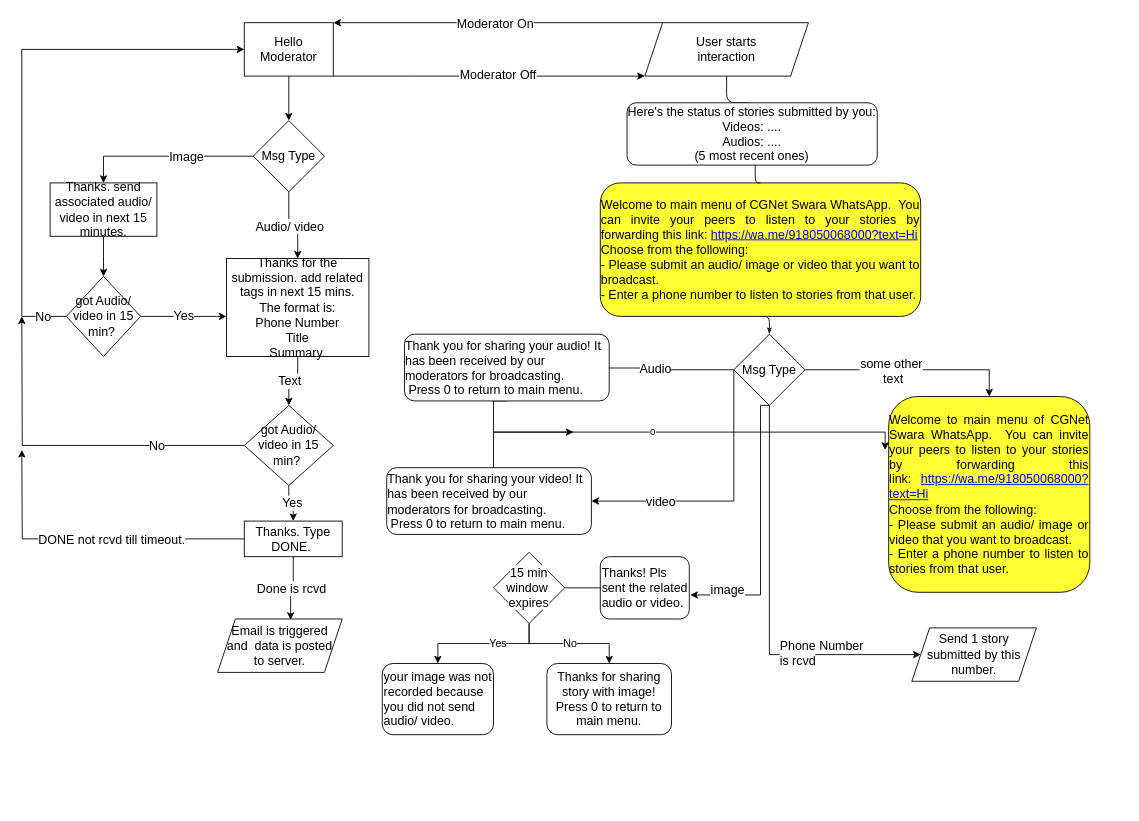
Above: page "Flow5" (6 of 6) of DisseminationFlow.drawio in PriyankaVerma98/CGNetSwara-WhatsApp (draw.io), before the change. Source tidied: cells renumbered, new cells numbered last; positions are measured from the earlier drawing's top-left corner, leaving out a move shared by most shapes. Both pictures are drawn from the tidied source at 89%, with x=0, y=0 at pixel (21, 22).
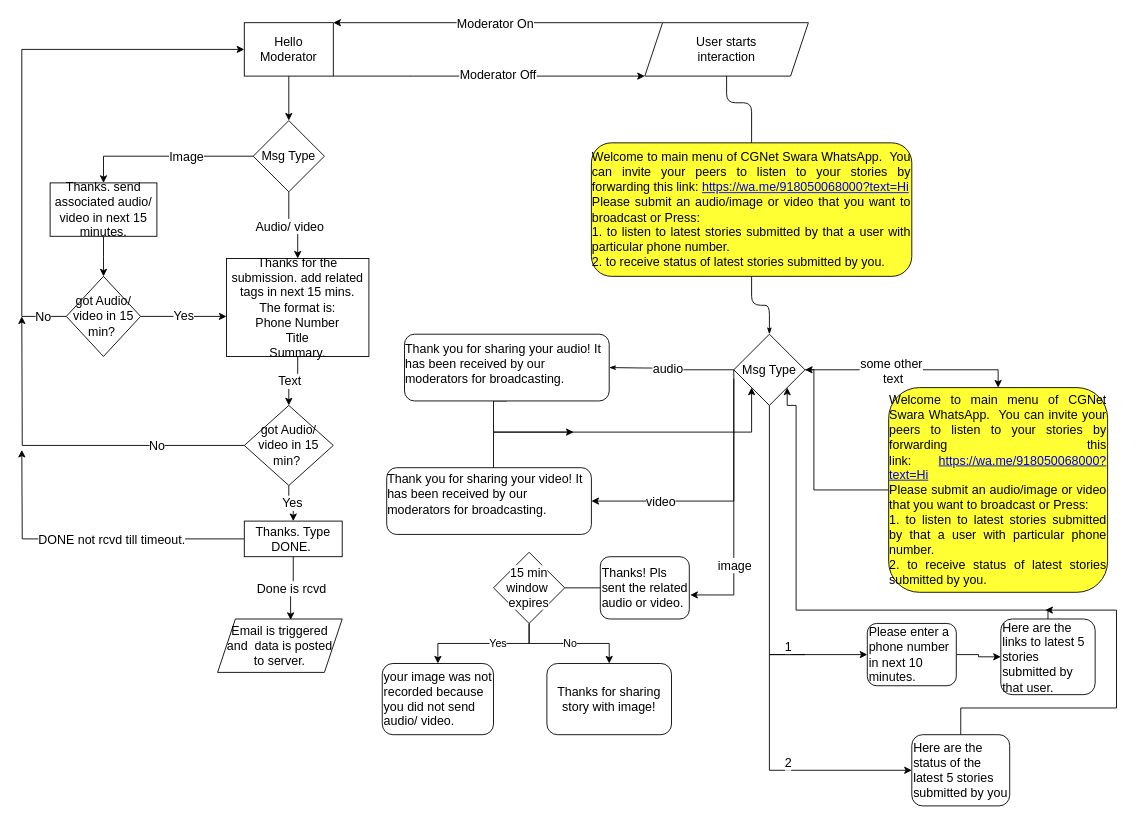
The same page after the edit.

The change refers to these unchanged cells:
```xml
<mxCell id="4" value="&lt;font style=&quot;font-size: 14px&quot;&gt;User starts &lt;br&gt;interaction&lt;/font&gt;" style="shape=parallelogram;perimeter=parallelogramPerimeter;whiteSpace=wrap;html=1;fixedSize=1;" parent="1" vertex="1">
  <mxGeometry x="700" width="183.8" height="60" as="geometry" />
</mxCell>
<mxCell id="14" value="&lt;font style=&quot;font-size: 14px&quot;&gt;Msg Type&lt;/font&gt;" style="rhombus;whiteSpace=wrap;html=1;" parent="1" vertex="1">
  <mxGeometry x="800" y="350" width="80" height="80" as="geometry" />
</mxCell>
<mxCell id="22" value="&lt;font style=&quot;font-size: 14px&quot;&gt;Thanks! Pls sent the related audio or video.&lt;/font&gt;" style="rounded=1;whiteSpace=wrap;html=1;align=left;" parent="1" vertex="1">
  <mxGeometry x="650" y="600" width="100" height="70" as="geometry" />
</mxCell>
```

The edit, as a diff of the source:
```diff
@@
     <mxCell id="5" style="edgeStyle=orthogonalEdgeStyle;rounded=1;html=1;labelBackgroundColor=none;startArrow=none;startFill=0;startSize=5;endArrow=classicThin;endFill=1;endSize=5;jettySize=auto;strokeWidth=1;fontFamily=Verdana;fontSize=8;exitX=0;exitY=0.5;exitDx=0;exitDy=0;entryX=1;entryY=0.5;entryDx=0;entryDy=0;" parent="1" edge="1" source="14" target="18">
       <mxGeometry relative="1" as="geometry">
         <Array as="points">
           <mxPoint x="710" y="390" />
           <mxPoint x="710" y="388" />
-          <mxPoint x="650" y="388" />
+          <mxPoint x="700" y="388" />
         </Array>
       </mxGeometry>
     </mxCell>
-    <mxCell id="6" value="&lt;font style=&quot;font-size: 14px&quot;&gt;Audio&lt;/font&gt;" style="edgeLabel;html=1;align=center;verticalAlign=middle;" parent="5" vertex="1">
+    <mxCell id="6" value="&lt;font style=&quot;font-size: 14px&quot;&gt;audio&lt;/font&gt;" style="edgeLabel;html=1;align=center;verticalAlign=middle;" parent="5" vertex="1">
       <mxGeometry x="0.34" y="-3" relative="1" as="geometry">
         <mxPoint x="18" y="3" as="offset" />
       </mxGeometry>
     </mxCell>
@@
-    <mxCell id="11" style="edgeStyle=orthogonalEdgeStyle;rounded=0;jettySize=auto;html=1;entryX=1.011;entryY=0.614;entryDx=0;entryDy=0;entryPerimeter=0;exitX=0.5;exitY=1;exitDx=0;exitDy=0;" parent="1" edge="1" source="14" target="22">
+    <mxCell id="11" style="edgeStyle=orthogonalEdgeStyle;rounded=0;jettySize=auto;html=1;entryX=1.011;entryY=0.614;entryDx=0;entryDy=0;entryPerimeter=0;" parent="1" edge="1" target="22">
       <mxGeometry relative="1" as="geometry">
+        <mxPoint x="800" y="400" as="sourcePoint" />
         <Array as="points">
-          <mxPoint x="830" y="430" />
-          <mxPoint x="830" y="643" />
+          <mxPoint x="800" y="643" />
         </Array>
       </mxGeometry>
     </mxCell>
     <mxCell id="12" value="&lt;font style=&quot;font-size: 14px&quot;&gt;image&lt;/font&gt;" style="edgeLabel;html=1;align=center;verticalAlign=middle;" parent="11" vertex="1">
       <mxGeometry x="-0.39" y="3" relative="1" as="geometry">
-        <mxPoint x="-41" y="124" as="offset" />
+        <mxPoint x="-3" y="120" as="offset" />
       </mxGeometry>
     </mxCell>
-    <mxCell id="13" style="edgeStyle=orthogonalEdgeStyle;rounded=0;jettySize=auto;html=1;exitX=0.5;exitY=1;exitDx=0;exitDy=0;entryX=0;entryY=0.5;entryDx=0;entryDy=0;" parent="1" edge="1" source="14" target="63">
+    <mxCell id="13" style="edgeStyle=orthogonalEdgeStyle;rounded=0;jettySize=auto;html=1;startArrow=none;entryX=0;entryY=0.5;entryDx=0;entryDy=0;" parent="1" edge="1" target="74">
       <mxGeometry relative="1" as="geometry">
+        <mxPoint x="880" y="710" as="sourcePoint" />
         <Array as="points">
           <mxPoint x="840" y="710" />
+          <mxPoint x="840" y="840" />
         </Array>
       </mxGeometry>
     </mxCell>
+    <mxCell id="65" value="&lt;font style=&quot;font-size: 14px&quot;&gt;2&lt;/font&gt;" style="edgeLabel;html=1;align=center;verticalAlign=middle;" parent="13" vertex="1">
+      <mxGeometry x="-0.21" y="4" relative="1" as="geometry">
+        <mxPoint x="16" y="31" as="offset" />
+      </mxGeometry>
+    </mxCell>
+    <mxCell id="66" style="edgeStyle=orthogonalEdgeStyle;rounded=0;jettySize=auto;html=1;entryX=0;entryY=0.5;entryDx=0;entryDy=0;exitX=0.5;exitY=1;exitDx=0;exitDy=0;" parent="1" edge="1" source="14" target="70">
+      <mxGeometry relative="1" as="geometry">
+        <Array as="points">
+          <mxPoint x="840" y="710" />
+        </Array>
+      </mxGeometry>
+    </mxCell>
+    <mxCell id="67" value="&lt;font style=&quot;font-size: 14px&quot;&gt;1&lt;/font&gt;" style="edgeLabel;html=1;align=center;verticalAlign=middle;" parent="66" vertex="1">
+      <mxGeometry x="-0.4" relative="1" as="geometry">
+        <mxPoint x="20" y="153" as="offset" />
+      </mxGeometry>
+    </mxCell>
@@
-    <mxCell id="16" style="edgeStyle=orthogonalEdgeStyle;rounded=0;jettySize=auto;html=1;exitX=0.5;exitY=1;exitDx=0;exitDy=0;" parent="1" edge="1" source="18">
+    <mxCell id="16" style="edgeStyle=orthogonalEdgeStyle;rounded=0;jettySize=auto;html=1;exitX=0.5;exitY=1;exitDx=0;exitDy=0;entryX=0;entryY=1;entryDx=0;entryDy=0;" parent="1" edge="1" source="18" target="14">
       <mxGeometry relative="1" as="geometry">
-        <mxPoint x="970" y="480" as="targetPoint" />
         <Array as="points">
           <mxPoint x="530" y="425" />
           <mxPoint x="530" y="460" />
-          <mxPoint x="970" y="460" />
+          <mxPoint x="820" y="460" />
         </Array>
       </mxGeometry>
     </mxCell>
-    <mxCell id="17" value="0" style="edgeLabel;html=1;align=center;verticalAlign=middle;" parent="16" vertex="1">
-      <mxGeometry x="0.2" y="1" relative="1" as="geometry">
-        <mxPoint x="-77.7" as="offset" />
-      </mxGeometry>
-    </mxCell>
-    <mxCell id="18" value="&lt;p&gt;&lt;/p&gt;&lt;div&gt;&lt;div style=&quot;text-align: left&quot;&gt;&lt;font face=&quot;Helvetica&quot; style=&quot;font-size: 14px&quot;&gt;Thank you for sharing&amp;nbsp;your audio! It has been received by our moderators for broadcasting.&amp;nbsp;&lt;/font&gt;&lt;/div&gt;&lt;div style=&quot;text-align: left&quot;&gt;&lt;font face=&quot;Helvetica&quot; style=&quot;font-size: 14px&quot;&gt;&amp;nbsp;Press 0 to return to main menu.&amp;nbsp;&lt;/font&gt;&lt;/div&gt;&lt;/div&gt;&lt;p&gt;&lt;/p&gt;" style="rounded=1;whiteSpace=wrap;html=1;shadow=0;labelBackgroundColor=none;strokeWidth=1;fontFamily=Verdana;fontSize=8;align=center;" parent="1" vertex="1">
+    <mxCell id="18" value="&lt;p&gt;&lt;/p&gt;&lt;div&gt;&lt;div style=&quot;text-align: left&quot;&gt;&lt;font face=&quot;Helvetica&quot; style=&quot;font-size: 14px&quot;&gt;Thank you for sharing&amp;nbsp;your audio! It has been received by our moderators for broadcasting.&amp;nbsp;&lt;/font&gt;&lt;/div&gt;&lt;div style=&quot;text-align: left&quot;&gt;&lt;br&gt;&lt;/div&gt;&lt;/div&gt;&lt;p&gt;&lt;/p&gt;" style="rounded=1;whiteSpace=wrap;html=1;shadow=0;labelBackgroundColor=none;strokeWidth=1;fontFamily=Verdana;fontSize=8;align=center;" parent="1" vertex="1">
       <mxGeometry x="430" y="350" width="230" height="75" as="geometry" />
     </mxCell>
@@
-    <mxCell id="28" value="&lt;font style=&quot;font-size: 14px&quot;&gt;Thanks for sharing story with image!&lt;br&gt;Press 0 to return to main menu.&lt;/font&gt;" style="rounded=1;whiteSpace=wrap;html=1;" parent="1" vertex="1">
+    <mxCell id="28" value="&lt;font style=&quot;font-size: 14px&quot;&gt;Thanks for sharing story with image!&lt;br&gt;&lt;/font&gt;" style="rounded=1;whiteSpace=wrap;html=1;" parent="1" vertex="1">
       <mxGeometry x="590" y="720" width="140" height="80" as="geometry" />
     </mxCell>
-    <mxCell id="29" value="&lt;div style=&quot;text-align: justify&quot;&gt;&lt;div style=&quot;text-align: justify&quot;&gt;&lt;div&gt;&lt;font style=&quot;font-size: 14px&quot;&gt;&lt;span style=&quot;text-align: center&quot;&gt;Welcome to main menu of CGNet Swara WhatsApp. &amp;nbsp;&lt;/span&gt;&lt;span style=&quot;text-align: center&quot;&gt;You can invite your peers to listen to your stories by forwarding this link:&amp;nbsp;&lt;/span&gt;&lt;a href=&quot;https://wa.me/918050068000?text=Hi&quot;&gt;https://wa.me/918050068000?text=Hi&lt;/a&gt;&lt;/font&gt;&lt;/div&gt;&lt;div&gt;&lt;font style=&quot;font-size: 14px&quot;&gt;&lt;span style=&quot;text-align: center&quot;&gt;Choose from the following:&lt;/span&gt;&lt;br&gt;&lt;/font&gt;&lt;/div&gt;&lt;div&gt;&lt;span style=&quot;text-align: center&quot;&gt;&lt;font style=&quot;font-size: 14px&quot;&gt;- Please submit an audio/ image or video that you want to broadcast.&lt;/font&gt;&lt;/span&gt;&lt;/div&gt;&lt;div&gt;&lt;font style=&quot;font-size: 14px&quot;&gt;- Enter a phone number to listen to stories from that user.&lt;/font&gt;&lt;/div&gt;&lt;/div&gt;&lt;/div&gt;" style="rounded=1;whiteSpace=wrap;html=1;fillColor=#FFFF33;" parent="1" vertex="1">
-      <mxGeometry x="650" y="180" width="360" height="150" as="geometry" />
+    <mxCell id="29" value="&lt;div style=&quot;text-align: justify&quot;&gt;&lt;div style=&quot;text-align: justify&quot;&gt;&lt;div&gt;&lt;font style=&quot;font-size: 14px&quot;&gt;&lt;span style=&quot;text-align: center&quot;&gt;Welcome to main menu of CGNet Swara WhatsApp. &amp;nbsp;&lt;/span&gt;&lt;span style=&quot;text-align: center&quot;&gt;You can invite your peers to listen to your stories by forwarding this link:&amp;nbsp;&lt;/span&gt;&lt;a href=&quot;https://wa.me/918050068000?text=Hi&quot;&gt;https://wa.me/918050068000?text=Hi&lt;/a&gt;&lt;/font&gt;&lt;/div&gt;&lt;div&gt;&lt;font style=&quot;font-size: 14px&quot;&gt;Please submit an audio/image or video that you want to broadcast or Press:&lt;/font&gt;&lt;/div&gt;&lt;div&gt;&lt;font style=&quot;font-size: 14px&quot;&gt;1.&amp;nbsp;&lt;/font&gt;&lt;span style=&quot;font-size: 14px&quot;&gt;to listen to latest stories submitted by that a user with particular phone number.&lt;/span&gt;&lt;/div&gt;&lt;div&gt;&lt;font style=&quot;font-size: 14px&quot;&gt;&lt;font&gt;2. to receive status of latest stories submitted by you&lt;/font&gt;.&lt;/font&gt;&lt;/div&gt;&lt;/div&gt;&lt;/div&gt;" style="rounded=1;whiteSpace=wrap;html=1;fillColor=#FFFF33;" parent="1" vertex="1">
+      <mxGeometry x="640" y="135" width="360" height="150" as="geometry" />
     </mxCell>
     <mxCell id="30" style="edgeStyle=orthogonalEdgeStyle;rounded=1;html=1;labelBackgroundColor=none;startArrow=none;startFill=0;startSize=5;endArrow=none;endFill=1;endSize=5;jettySize=auto;strokeWidth=1;fontFamily=Verdana;fontSize=8;exitX=0.5;exitY=1;exitDx=0;exitDy=0;entryX=0.5;entryY=0;entryDx=0;entryDy=0;" parent="1" edge="1" source="4" target="29">
       <mxGeometry relative="1" as="geometry">
         <Array as="points">
           <mxPoint x="792" y="90" />
-          <mxPoint x="824" y="90" />
+          <mxPoint x="820" y="90" />
         </Array>
       </mxGeometry>
     </mxCell>
-    <mxCell id="31" value="&lt;font style=&quot;font-size: 14px&quot;&gt;Here's the status of stories submitted by you:&lt;br&gt;Videos: ....&lt;br&gt;Audios: ....&lt;br&gt;(5 most recent ones)&lt;/font&gt;" style="rounded=1;whiteSpace=wrap;html=1;" parent="1" vertex="1">
-      <mxGeometry x="680" y="90" width="281.2" height="70" as="geometry" />
-    </mxCell>
@@
+    <mxCell id="68" style="edgeStyle=orthogonalEdgeStyle;rounded=0;jettySize=auto;html=1;entryX=1;entryY=0.5;entryDx=0;entryDy=0;" parent="1" edge="1" source="61" target="14">
+      <mxGeometry relative="1" as="geometry">
+        <Array as="points">
+          <mxPoint x="890" y="525" />
+          <mxPoint x="890" y="390" />
+        </Array>
+      </mxGeometry>
+    </mxCell>
-    <mxCell id="61" value="&lt;div style=&quot;text-align: justify&quot;&gt;&lt;div style=&quot;text-align: justify&quot;&gt;&lt;div&gt;&lt;font style=&quot;font-size: 14px&quot;&gt;&lt;span style=&quot;text-align: center&quot;&gt;Welcome to main menu of CGNet Swara WhatsApp. &amp;nbsp;&lt;/span&gt;&lt;span style=&quot;text-align: center&quot;&gt;You can invite your peers to listen to your stories by forwarding this link:&amp;nbsp;&lt;/span&gt;&lt;a href=&quot;https://wa.me/918050068000?text=Hi&quot;&gt;https://wa.me/918050068000?text=Hi&lt;/a&gt;&lt;/font&gt;&lt;/div&gt;&lt;div&gt;&lt;font style=&quot;font-size: 14px&quot;&gt;&lt;span style=&quot;text-align: center&quot;&gt;Choose from the following:&lt;/span&gt;&lt;br&gt;&lt;/font&gt;&lt;/div&gt;&lt;div&gt;&lt;span style=&quot;text-align: center&quot;&gt;&lt;font style=&quot;font-size: 14px&quot;&gt;- Please submit an audio/ image or video that you want to broadcast.&lt;/font&gt;&lt;/span&gt;&lt;/div&gt;&lt;div&gt;&lt;font style=&quot;font-size: 14px&quot;&gt;- Enter a phone number to listen to stories from that user.&lt;/font&gt;&lt;/div&gt;&lt;/div&gt;&lt;/div&gt;" style="rounded=1;whiteSpace=wrap;html=1;fillColor=#FFFF33;" parent="1" vertex="1">
-      <mxGeometry x="974" y="420" width="226" height="220" as="geometry" />
+    <mxCell id="61" value="&lt;div style=&quot;text-align: justify&quot;&gt;&lt;div style=&quot;text-align: justify&quot;&gt;&lt;div&gt;&lt;font style=&quot;font-size: 14px&quot;&gt;&lt;span style=&quot;text-align: center&quot;&gt;Welcome to main menu of CGNet Swara WhatsApp. &amp;nbsp;&lt;/span&gt;&lt;span style=&quot;text-align: center&quot;&gt;You can invite your peers to listen to your stories by forwarding this link:&amp;nbsp;&lt;/span&gt;&lt;a href=&quot;https://wa.me/918050068000?text=Hi&quot;&gt;https://wa.me/918050068000?text=Hi&lt;/a&gt;&lt;/font&gt;&lt;/div&gt;&lt;div&gt;&lt;div&gt;&lt;font style=&quot;font-size: 14px&quot;&gt;Please submit an audio/image or video that you want to broadcast or Press:&lt;/font&gt;&lt;/div&gt;&lt;div&gt;&lt;font style=&quot;font-size: 14px&quot;&gt;1. to listen to latest stories submitted by that a user with particular phone number.&lt;/font&gt;&lt;/div&gt;&lt;div&gt;&lt;font style=&quot;font-size: 14px&quot;&gt;2. to receive status of latest stories submitted by you.&lt;/font&gt;&lt;/div&gt;&lt;/div&gt;&lt;/div&gt;&lt;/div&gt;" style="rounded=1;whiteSpace=wrap;html=1;fillColor=#FFFF33;" parent="1" vertex="1">
+      <mxGeometry x="974" y="410" width="246" height="230" as="geometry" />
     </mxCell>
-    <mxCell id="62" value="&lt;p&gt;&lt;/p&gt;&lt;div&gt;&lt;div style=&quot;text-align: left&quot;&gt;&lt;font face=&quot;Helvetica&quot; style=&quot;font-size: 14px&quot;&gt;Thank you for sharing&amp;nbsp;your video! It has been received by our moderators for broadcasting.&amp;nbsp;&lt;/font&gt;&lt;/div&gt;&lt;div style=&quot;text-align: left&quot;&gt;&lt;font face=&quot;Helvetica&quot; style=&quot;font-size: 14px&quot;&gt;&amp;nbsp;Press 0 to return to main menu.&amp;nbsp;&lt;/font&gt;&lt;/div&gt;&lt;/div&gt;&lt;p&gt;&lt;/p&gt;" style="rounded=1;whiteSpace=wrap;html=1;shadow=0;labelBackgroundColor=none;strokeWidth=1;fontFamily=Verdana;fontSize=8;align=center;" parent="1" vertex="1">
+    <mxCell id="62" value="&lt;p&gt;&lt;/p&gt;&lt;div&gt;&lt;div style=&quot;text-align: left&quot;&gt;&lt;font face=&quot;Helvetica&quot; style=&quot;font-size: 14px&quot;&gt;Thank you for sharing&amp;nbsp;your video! It has been received by our moderators for broadcasting.&amp;nbsp;&lt;/font&gt;&lt;/div&gt;&lt;div style=&quot;text-align: left&quot;&gt;&lt;font face=&quot;Helvetica&quot; style=&quot;font-size: 14px&quot;&gt;&amp;nbsp;&amp;nbsp;&lt;/font&gt;&lt;/div&gt;&lt;/div&gt;&lt;p&gt;&lt;/p&gt;" style="rounded=1;whiteSpace=wrap;html=1;shadow=0;labelBackgroundColor=none;strokeWidth=1;fontFamily=Verdana;fontSize=8;align=center;" parent="1" vertex="1">
       <mxGeometry x="410" y="500" width="230" height="75" as="geometry" />
     </mxCell>
-    <mxCell id="63" value="&lt;span style=&quot;font-size: 14px ; text-align: left&quot;&gt;Send 1 story submitted by this number.&lt;/span&gt;" style="shape=parallelogram;perimeter=parallelogramPerimeter;whiteSpace=wrap;html=1;fixedSize=1;" parent="1" vertex="1">
-      <mxGeometry x="1000" y="680" width="140" height="60" as="geometry" />
-    </mxCell>
-    <mxCell id="64" value="&lt;span style=&quot;color: rgb(0 , 0 , 0) ; font-family: &amp;#34;helvetica&amp;#34; ; font-size: 14px ; font-style: normal ; font-weight: normal ; letter-spacing: normal ; text-align: center ; text-indent: 0px ; text-transform: none ; word-spacing: 0px ; background-color: rgb(255 , 255 , 255) ; text-decoration: none ; display: inline ; float: none&quot;&gt;Phone Number &lt;br&gt;is rcvd&lt;/span&gt;" style="text;whiteSpace=wrap;html=1;" parent="1" vertex="1">
-      <mxGeometry x="850" y="685" width="160" height="30" as="geometry" />
-    </mxCell>
+    <mxCell id="69" style="edgeStyle=orthogonalEdgeStyle;rounded=0;jettySize=auto;html=1;" parent="1" edge="1" source="70" target="72">
+      <mxGeometry relative="1" as="geometry" />
+    </mxCell>
+    <mxCell id="70" value="&lt;font style=&quot;font-size: 14px&quot;&gt;Please enter a phone number in next 10 minutes.&lt;/font&gt;" style="rounded=1;whiteSpace=wrap;html=1;align=left;" parent="1" vertex="1">
+      <mxGeometry x="950" y="675" width="100" height="70" as="geometry" />
+    </mxCell>
+    <mxCell id="71" style="edgeStyle=orthogonalEdgeStyle;rounded=0;jettySize=auto;html=1;entryX=1;entryY=1;entryDx=0;entryDy=0;" parent="1" edge="1" source="72" target="14">
+      <mxGeometry relative="1" as="geometry">
+        <Array as="points">
+          <mxPoint x="1153" y="660" />
+          <mxPoint x="870" y="660" />
+          <mxPoint x="870" y="430" />
+          <mxPoint x="860" y="430" />
+        </Array>
+      </mxGeometry>
+    </mxCell>
+    <mxCell id="72" value="&lt;font style=&quot;font-size: 14px&quot;&gt;Here are the links to latest 5 stories submitted by that user.&lt;/font&gt;" style="rounded=1;whiteSpace=wrap;html=1;align=left;" parent="1" vertex="1">
+      <mxGeometry x="1100" y="670" width="106" height="85" as="geometry" />
+    </mxCell>
+    <mxCell id="73" style="edgeStyle=orthogonalEdgeStyle;rounded=0;jettySize=auto;html=1;" parent="1" edge="1" source="74">
+      <mxGeometry relative="1" as="geometry">
+        <mxPoint x="1150" y="660" as="targetPoint" />
+        <Array as="points">
+          <mxPoint x="1055" y="770" />
+          <mxPoint x="1230" y="770" />
+          <mxPoint x="1230" y="660" />
+        </Array>
+      </mxGeometry>
+    </mxCell>
+    <mxCell id="74" value="&lt;font style=&quot;font-size: 14px&quot;&gt;Here are the status of the latest 5 stories submitted by you&lt;/font&gt;" style="rounded=1;whiteSpace=wrap;html=1;align=left;" parent="1" vertex="1">
+      <mxGeometry x="1000" y="800" width="110" height="80" as="geometry" />
+    </mxCell>
```
